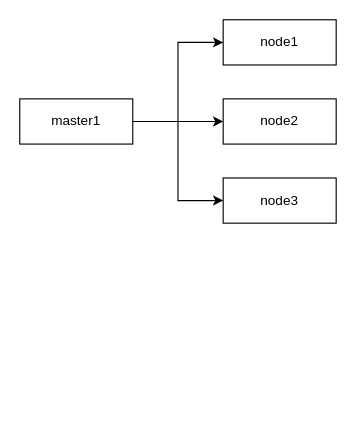
Before: k8s 集群.drawio in luckywind/picture, a draw.io diagram. Source tidied: cells renumbered, new cells numbered last; positions are measured from the earlier drawing's top-left corner, leaving out a move shared by most shapes. Both pictures are drawn from the tidied source at 113%, with x=0, y=0 at pixel (19, 19).
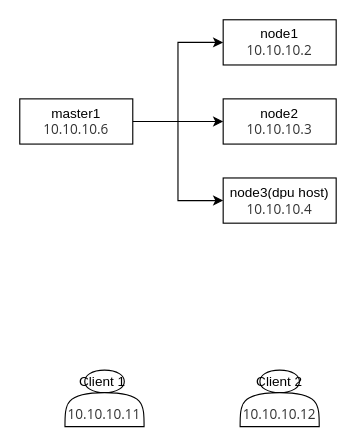
Above is the later version.

Change to the diagram source:
```diff
@@
 <mxGraphModel>
   <root>
     <mxCell id="0" />
     <mxCell id="1" parent="0" />
     <mxCell id="2" style="edgeStyle=orthogonalEdgeStyle;rounded=0;jettySize=auto;html=1;" parent="1" edge="1" source="5" target="6">
       <mxGeometry relative="1" as="geometry" />
     </mxCell>
     <mxCell id="3" style="edgeStyle=orthogonalEdgeStyle;rounded=0;jettySize=auto;html=1;exitX=1;exitY=0.5;exitDx=0;exitDy=0;entryX=0;entryY=0.5;entryDx=0;entryDy=0;" parent="1" edge="1" source="5" target="8">
       <mxGeometry relative="1" as="geometry" />
     </mxCell>
     <mxCell id="4" style="edgeStyle=orthogonalEdgeStyle;rounded=0;jettySize=auto;html=1;exitX=1;exitY=0.5;exitDx=0;exitDy=0;entryX=0;entryY=0.5;entryDx=0;entryDy=0;" parent="1" edge="1" source="5" target="7">
       <mxGeometry relative="1" as="geometry" />
     </mxCell>
-    <mxCell id="5" value="master1" style="rounded=0;whiteSpace=wrap;html=1;" parent="1" vertex="1">
+    <mxCell id="5" value="master1&lt;br&gt;&lt;span style=&quot;caret-color: rgb(0, 122, 255); color: rgb(51, 51, 51); font-family: &amp;quot;Open Sans&amp;quot;, &amp;quot;Clear Sans&amp;quot;, &amp;quot;Helvetica Neue&amp;quot;, Helvetica, Arial, &amp;quot;Segoe UI Emoji&amp;quot;, &amp;quot;SF Pro&amp;quot;, sans-serif; orphans: 4; text-align: start; white-space-collapse: preserve; background-color: rgb(255, 255, 255);&quot;&gt;&lt;font style=&quot;font-size: 12px;&quot;&gt;10.10.10.6&lt;/font&gt;&lt;/span&gt;" style="rounded=0;whiteSpace=wrap;html=1;" parent="1" vertex="1">
       <mxGeometry y="70" width="100" height="40" as="geometry" />
     </mxCell>
-    <mxCell id="6" value="node2" style="rounded=0;whiteSpace=wrap;html=1;" parent="1" vertex="1">
+    <mxCell id="6" value="node2&lt;br&gt;&lt;span style=&quot;color: rgb(51, 51, 51); font-family: &amp;quot;Open Sans&amp;quot;, &amp;quot;Clear Sans&amp;quot;, &amp;quot;Helvetica Neue&amp;quot;, Helvetica, Arial, &amp;quot;Segoe UI Emoji&amp;quot;, &amp;quot;SF Pro&amp;quot;, sans-serif; orphans: 4; text-align: start; caret-color: rgb(0, 122, 255); white-space-collapse: preserve; background-color: rgb(255, 255, 255);&quot;&gt;10.10.10.3&lt;/span&gt;" style="rounded=0;whiteSpace=wrap;html=1;" parent="1" vertex="1">
       <mxGeometry x="180" y="70" width="100" height="40" as="geometry" />
     </mxCell>
-    <mxCell id="7" value="node1" style="rounded=0;whiteSpace=wrap;html=1;" parent="1" vertex="1">
+    <mxCell id="7" value="node1&lt;br&gt;&lt;span style=&quot;color: rgb(51, 51, 51); font-family: &amp;quot;Open Sans&amp;quot;, &amp;quot;Clear Sans&amp;quot;, &amp;quot;Helvetica Neue&amp;quot;, Helvetica, Arial, &amp;quot;Segoe UI Emoji&amp;quot;, &amp;quot;SF Pro&amp;quot;, sans-serif; orphans: 4; text-align: start; caret-color: rgb(0, 122, 255); white-space-collapse: preserve; background-color: rgb(255, 255, 255);&quot;&gt;10.10.10.2&lt;/span&gt;" style="rounded=0;whiteSpace=wrap;html=1;" parent="1" vertex="1">
       <mxGeometry x="180" width="100" height="40" as="geometry" />
     </mxCell>
-    <mxCell id="8" value="node3" style="rounded=0;whiteSpace=wrap;html=1;" parent="1" vertex="1">
+    <mxCell id="8" value="node3(dpu host)&lt;div&gt;&lt;span style=&quot;color: rgb(51, 51, 51); font-family: &amp;quot;Open Sans&amp;quot;, &amp;quot;Clear Sans&amp;quot;, &amp;quot;Helvetica Neue&amp;quot;, Helvetica, Arial, &amp;quot;Segoe UI Emoji&amp;quot;, &amp;quot;SF Pro&amp;quot;, sans-serif; orphans: 4; text-align: start; caret-color: rgb(0, 122, 255); white-space-collapse: preserve; background-color: rgb(255, 255, 255);&quot;&gt;10.10.10.4&lt;/span&gt;&lt;/div&gt;" style="rounded=0;whiteSpace=wrap;html=1;" parent="1" vertex="1">
       <mxGeometry x="180" y="140" width="100" height="40" as="geometry" />
     </mxCell>
+    <mxCell id="9" value="Client 1&amp;nbsp;&lt;br&gt;&lt;span style=&quot;color: rgb(51, 51, 51); font-family: &amp;quot;Open Sans&amp;quot;, &amp;quot;Clear Sans&amp;quot;, &amp;quot;Helvetica Neue&amp;quot;, Helvetica, Arial, &amp;quot;Segoe UI Emoji&amp;quot;, &amp;quot;SF Pro&amp;quot;, sans-serif; orphans: 4; text-align: start; caret-color: rgb(0, 122, 255); white-space-collapse: preserve; background-color: rgb(255, 255, 255);&quot;&gt;&lt;br/&gt;10.10.10.11&lt;/span&gt;" style="shape=actor;whiteSpace=wrap;html=1;" parent="1" vertex="1">
+      <mxGeometry x="40" y="310" width="70" height="50" as="geometry" />
+    </mxCell>
+    <mxCell id="10" value="Client 2&lt;br&gt;&lt;span style=&quot;color: rgb(51, 51, 51); font-family: &amp;quot;Open Sans&amp;quot;, &amp;quot;Clear Sans&amp;quot;, &amp;quot;Helvetica Neue&amp;quot;, Helvetica, Arial, &amp;quot;Segoe UI Emoji&amp;quot;, &amp;quot;SF Pro&amp;quot;, sans-serif; orphans: 4; text-align: start; caret-color: rgb(0, 122, 255); white-space-collapse: preserve; background-color: rgb(255, 255, 255);&quot;&gt;&lt;br/&gt;10.10.10.12&lt;/span&gt;" style="shape=actor;whiteSpace=wrap;html=1;" parent="1" vertex="1">
+      <mxGeometry x="195" y="310" width="70" height="50" as="geometry" />
+    </mxCell>
   </root>
 </mxGraphModel>
```
